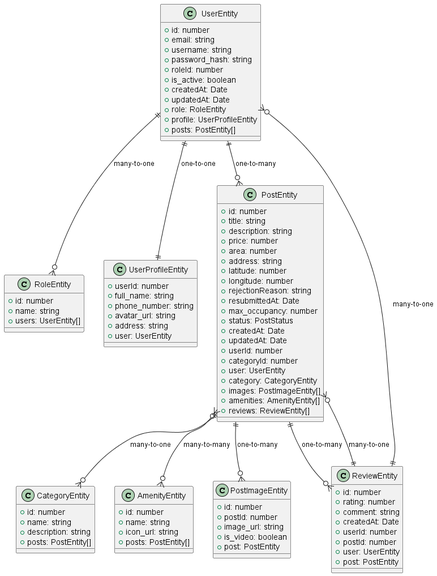
Above: out/entity-relationship-diagram/Entity Relationship Diagram.png in YueTruong/VLURentingProject (PlantUML), before the change. The source it was exported from:
```plantuml
@startuml Entity Relationship Diagram

class UserEntity {
  +id: number
  +email: string
  +username: string
  +password_hash: string
  +roleId: number
  +is_active: boolean
  +createdAt: Date
  +updatedAt: Date
  +role: RoleEntity
  +profile: UserProfileEntity
  +posts: PostEntity[]
}

class RoleEntity {
  +id: number
  +name: string
  +users: UserEntity[]
}

class UserProfileEntity {
  +userId: number
  +full_name: string
  +phone_number: string
  +avatar_url: string
  +address: string
  +user: UserEntity
}

class PostEntity {
  +id: number
  +title: string
  +description: string
  +price: number
  +area: number
  +address: string
  +latitude: number
  +longitude: number
  +rejectionReason: string
  +resubmittedAt: Date
  +max_occupancy: number
  +status: PostStatus
  +createdAt: Date
  +updatedAt: Date
  +userId: number
  +categoryId: number
  +user: UserEntity
  +category: CategoryEntity
  +images: PostImageEntity[]
  +amenities: AmenityEntity[]
  +reviews: ReviewEntity[]
}

class CategoryEntity {
  +id: number
  +name: string
  +description: string
  +posts: PostEntity[]
}

class AmenityEntity {
  +id: number
  +name: string
  +icon_url: string
  +posts: PostEntity[]
}

class PostImageEntity {
  +id: number
  +postId: number
  +image_url: string
  +is_video: boolean
  +post: PostEntity
}

class ReviewEntity {
  +id: number
  +rating: number
  +comment: string
  +createdAt: Date
  +userId: number
  +postId: number
  +user: UserEntity
  +post: PostEntity
}

UserEntity ||--o{ RoleEntity : "many-to-one"
UserEntity ||--|| UserProfileEntity : "one-to-one"
UserEntity ||--o{ PostEntity : "one-to-many"
PostEntity ||--o{ CategoryEntity : "many-to-one"
PostEntity ||--o{ PostImageEntity : "one-to-many"
PostEntity ||--o{ ReviewEntity : "one-to-many"
PostEntity }o--o{ AmenityEntity : "many-to-many"
ReviewEntity ||--o{ UserEntity : "many-to-one"
ReviewEntity ||--o{ PostEntity : "many-to-one"

@enduml
```
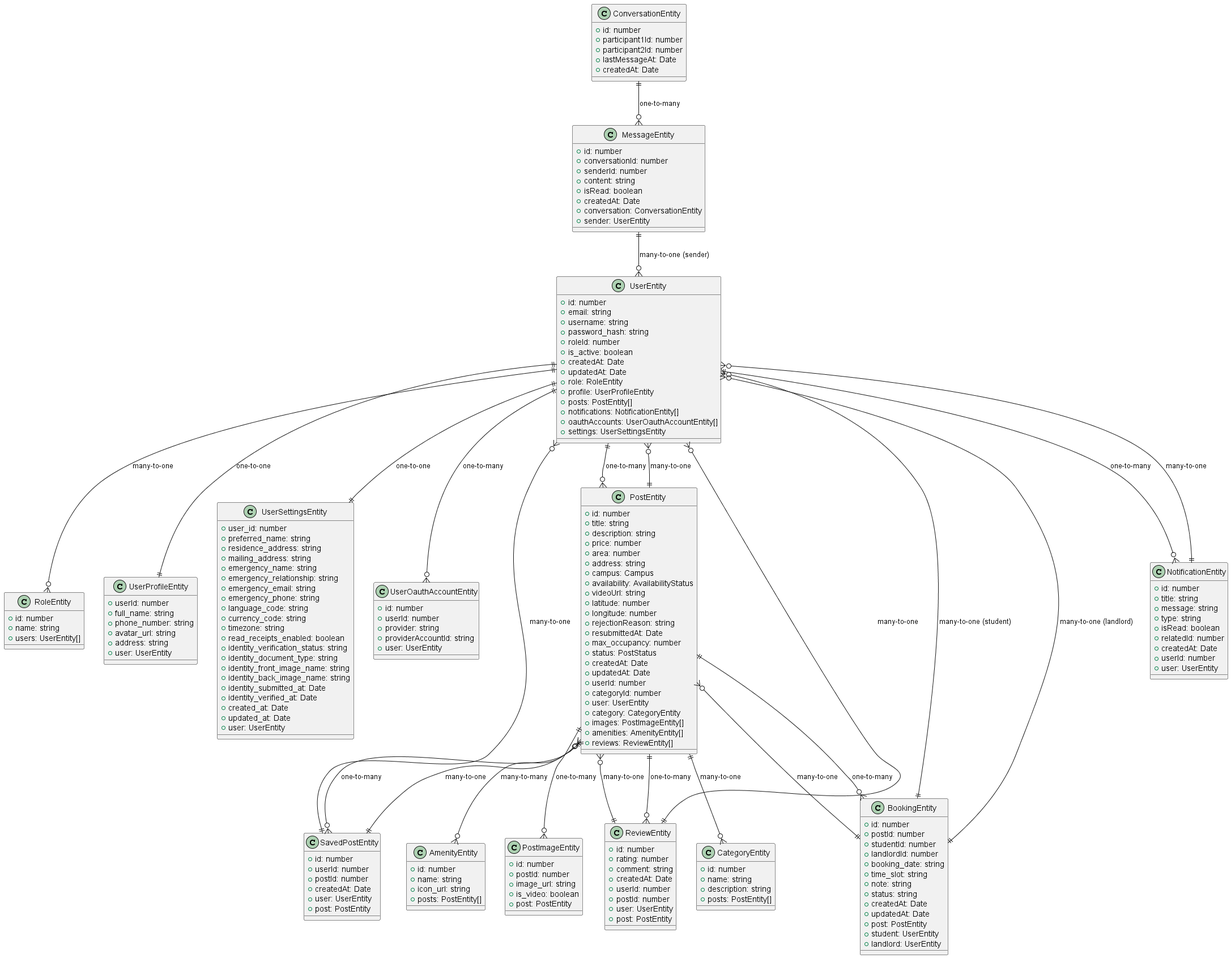
After the commit.

Diff of the diagram source:
```diff
@@ -1,4 +1,5 @@
 @startuml Entity Relationship Diagram
+
 
 class UserEntity {
   +id: number
@@ -12,6 +13,9 @@
   +role: RoleEntity
   +profile: UserProfileEntity
   +posts: PostEntity[]
+  +notifications: NotificationEntity[]
+  +oauthAccounts: UserOauthAccountEntity[]
+  +settings: UserSettingsEntity
 }
 
 class RoleEntity {
@@ -29,6 +33,39 @@
   +user: UserEntity
 }
 
+class UserSettingsEntity {
+  +user_id: number
+  +preferred_name: string
+  +residence_address: string
+  +mailing_address: string
+  +emergency_name: string
+  +emergency_relationship: string
+  +emergency_email: string
+  +emergency_phone: string
+  +language_code: string
+  +currency_code: string
+  +timezone: string
+  +read_receipts_enabled: boolean
+  +identity_verification_status: string
+  +identity_document_type: string
+  +identity_front_image_name: string
+  +identity_back_image_name: string
+  +identity_submitted_at: Date
+  +identity_verified_at: Date
+  +created_at: Date
+  +updated_at: Date
+  +user: UserEntity
+}
+
+class UserOauthAccountEntity {
+  +id: number
+  +userId: number
+  +provider: string
+  +providerAccountId: string
+  +user: UserEntity
+}
+
+
 class PostEntity {
   +id: number
   +title: string
@@ -36,6 +73,9 @@
   +price: number
   +area: number
   +address: string
+  +campus: Campus
+  +availability: AvailabilityStatus
+  +videoUrl: string
   +latitude: number
   +longitude: number
   +rejectionReason: string
@@ -86,14 +126,94 @@
   +post: PostEntity
 }
 
+class SavedPostEntity {
+  +id: number
+  +userId: number
+  +postId: number
+  +createdAt: Date
+  +user: UserEntity
+  +post: PostEntity
+}
+
+
+class BookingEntity {
+  +id: number
+  +postId: number
+  +studentId: number
+  +landlordId: number
+  +booking_date: string
+  +time_slot: string
+  +note: string
+  +status: string
+  +createdAt: Date
+  +updatedAt: Date
+  +post: PostEntity
+  +student: UserEntity
+  +landlord: UserEntity
+}
+
+
+class NotificationEntity {
+  +id: number
+  +title: string
+  +message: string
+  +type: string
+  +isRead: boolean
+  +relatedId: number
+  +createdAt: Date
+  +userId: number
+  +user: UserEntity
+}
+
+
+class ConversationEntity {
+  +id: number
+  +participant1Id: number
+  +participant2Id: number
+  +lastMessageAt: Date
+  +createdAt: Date
+}
+
+class MessageEntity {
+  +id: number
+  +conversationId: number
+  +senderId: number
+  +content: string
+  +isRead: boolean
+  +createdAt: Date
+  +conversation: ConversationEntity
+  +sender: UserEntity
+}
+
+
 UserEntity ||--o{ RoleEntity : "many-to-one"
 UserEntity ||--|| UserProfileEntity : "one-to-one"
 UserEntity ||--o{ PostEntity : "one-to-many"
+UserEntity ||--o{ NotificationEntity : "one-to-many"
+UserEntity ||--|| UserSettingsEntity : "one-to-one"
+UserEntity ||--o{ UserOauthAccountEntity : "one-to-many"
+
 PostEntity ||--o{ CategoryEntity : "many-to-one"
+PostEntity ||--o{ UserEntity : "many-to-one"
 PostEntity ||--o{ PostImageEntity : "one-to-many"
+PostEntity }o--o{ AmenityEntity : "many-to-many"
 PostEntity ||--o{ ReviewEntity : "one-to-many"
-PostEntity }o--o{ AmenityEntity : "many-to-many"
+PostEntity ||--o{ SavedPostEntity : "one-to-many"
+PostEntity ||--o{ BookingEntity : "one-to-many"
+
 ReviewEntity ||--o{ UserEntity : "many-to-one"
 ReviewEntity ||--o{ PostEntity : "many-to-one"
 
+BookingEntity ||--o{ PostEntity : "many-to-one"
+BookingEntity ||--o{ UserEntity : "many-to-one (student)"
+BookingEntity ||--o{ UserEntity : "many-to-one (landlord)"
+
+SavedPostEntity ||--o{ UserEntity : "many-to-one"
+SavedPostEntity ||--o{ PostEntity : "many-to-one"
+
+NotificationEntity ||--o{ UserEntity : "many-to-one"
+
+ConversationEntity ||--o{ MessageEntity : "one-to-many"
+MessageEntity ||--o{ UserEntity : "many-to-one (sender)"
+
 @enduml
```
